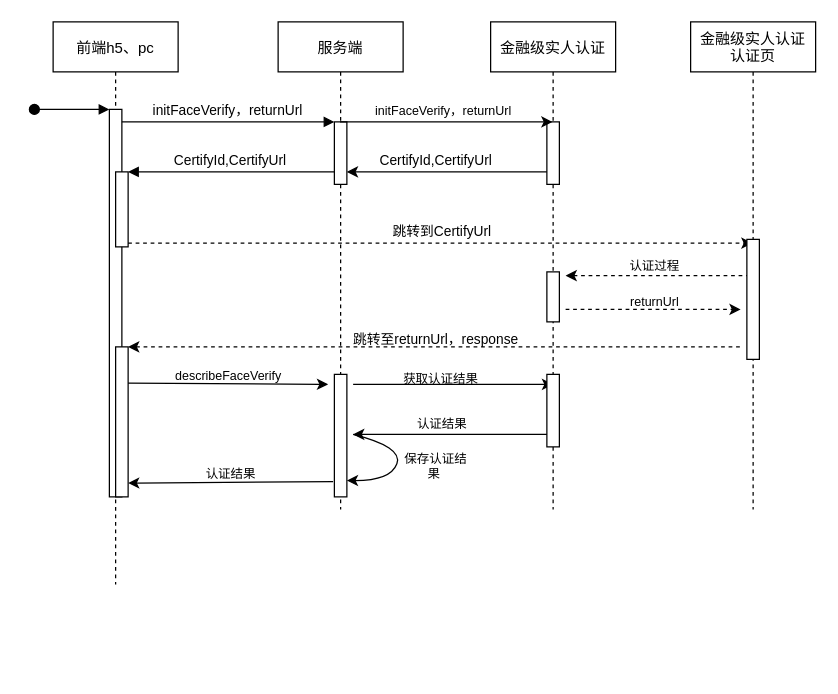
Above: 阿里金融级实名认证.drawio in jianzi0307/draw.io (draw.io), before the change. Source tidied: cells renumbered, new cells numbered last; positions are measured from the earlier drawing's top-left corner, leaving out a move shared by most shapes. Both pictures are drawn from the tidied source at 125%, with x=0, y=0 at pixel (34, 21).
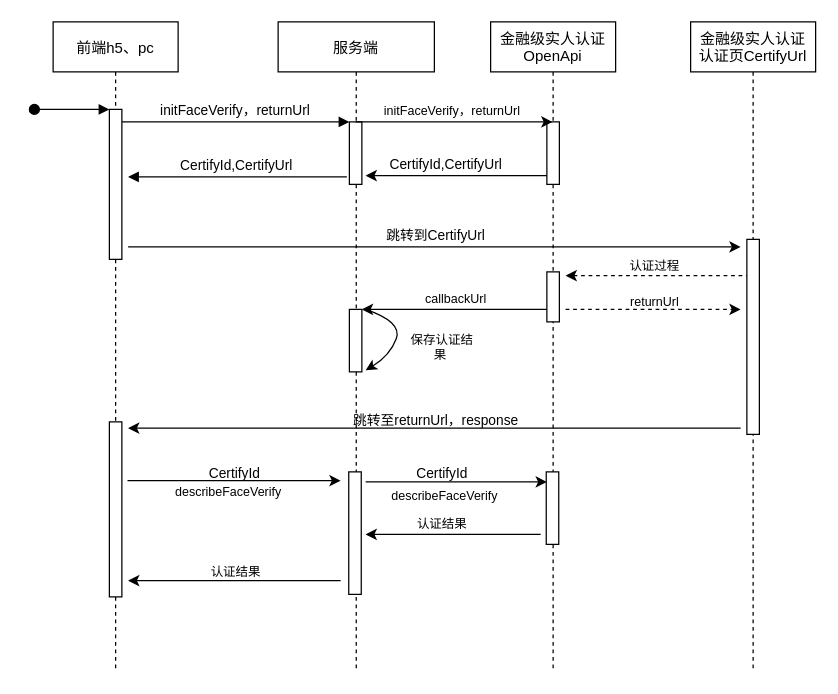
The same page after the edit.

Commit message:
更新阿里金融级实名认证.drawio

Diff of the diagram source:
```diff
@@
     <mxCell id="2" value="前端h5、pc" style="shape=umlLifeline;perimeter=lifelinePerimeter;rounded=0;shadow=0;strokeWidth=1;" parent="1" vertex="1">
-      <mxGeometry x="15" width="100" height="450" as="geometry" />
+      <mxGeometry x="15" width="100" height="520" as="geometry" />
     </mxCell>
-    <mxCell id="3" style="points=[];perimeter=orthogonalPerimeter;rounded=0;shadow=0;strokeWidth=1;" parent="2" vertex="1">
-      <mxGeometry x="45" y="70" width="10" height="310" as="geometry" />
-    </mxCell>
-    <mxCell id="4" style="verticalAlign=bottom;startArrow=oval;endArrow=block;startSize=8;shadow=0;strokeWidth=1;" parent="2" edge="1" target="3">
+    <mxCell id="4" style="verticalAlign=bottom;startArrow=oval;endArrow=block;startSize=8;shadow=0;strokeWidth=1;" parent="2" edge="1">
       <mxGeometry x="-0.17" y="10" relative="1" as="geometry">
         <mxPoint x="-15" y="70" as="sourcePoint" />
+        <mxPoint x="45" y="70" as="targetPoint" />
       </mxGeometry>
     </mxCell>
     <mxCell id="5" style="points=[];perimeter=orthogonalPerimeter;rounded=0;shadow=0;strokeWidth=1;" parent="2" vertex="1">
-      <mxGeometry x="50" y="120" width="10" height="60" as="geometry" />
+      <mxGeometry x="45" y="70" width="10" height="120" as="geometry" />
     </mxCell>
-    <mxCell id="6" style="endArrow=classic;html=1;rounded=0;fontColor=default;dashed=1;" parent="2" edge="1" target="30">
-      <mxGeometry relative="1" as="geometry">
-        <mxPoint x="60" y="177" as="sourcePoint" />
-      </mxGeometry>
-    </mxCell>
-    <mxCell id="7" value="跳转到CertifyUrl" style="edgeLabel;html=1;align=center;verticalAlign=middle;labelBackgroundColor=none;fontColor=default;" parent="6" vertex="1">
-      <mxGeometry relative="1" as="geometry">
-        <mxPoint y="-10" as="offset" />
-      </mxGeometry>
-    </mxCell>
     <mxCell id="8" style="perimeter=orthogonalPerimeter;rounded=0;shadow=0;strokeWidth=1;" parent="2" vertex="1">
-      <mxGeometry x="50" y="260" width="10" height="120" as="geometry" />
+      <mxGeometry x="45" y="320" width="10" height="140" as="geometry" />
     </mxCell>
     <mxCell id="9" style="endArrow=classic;html=1;rounded=0;fontFamily=Helvetica;fontSize=10;fontColor=default;" parent="2" edge="1">
       <mxGeometry relative="1" as="geometry">
-        <mxPoint x="60" y="289" as="sourcePoint" />
-        <mxPoint x="220" y="290" as="targetPoint" />
+        <mxPoint x="59.5" y="367" as="sourcePoint" />
+        <mxPoint x="230" y="367" as="targetPoint" />
       </mxGeometry>
     </mxCell>
-    <mxCell id="10" value="describeFaceVerify" style="edgeLabel;html=1;align=center;verticalAlign=middle;labelBackgroundColor=none;fontFamily=Helvetica;fontSize=10;fontColor=default;" parent="9" vertex="1">
+    <mxCell id="10" value="&lt;span style=&quot;font-size: 11px;&quot;&gt;CertifyId&lt;/span&gt;" style="edgeLabel;html=1;align=center;verticalAlign=middle;labelBackgroundColor=none;fontFamily=Helvetica;fontSize=10;fontColor=default;" parent="9" vertex="1">
       <mxGeometry relative="1" as="geometry">
         <mxPoint y="-7" as="offset" />
       </mxGeometry>
     </mxCell>
     <mxCell id="11" value="服务端" style="shape=umlLifeline;perimeter=lifelinePerimeter;rounded=0;shadow=0;strokeWidth=1;" parent="1" vertex="1">
-      <mxGeometry x="195" width="100" height="390" as="geometry" />
+      <mxGeometry x="195" width="125" height="520" as="geometry" />
     </mxCell>
     <mxCell id="12" style="points=[];perimeter=orthogonalPerimeter;rounded=0;shadow=0;strokeWidth=1;" parent="11" vertex="1">
-      <mxGeometry x="45" y="80" width="10" height="50" as="geometry" />
+      <mxGeometry x="57" y="80" width="10" height="50" as="geometry" />
     </mxCell>
     <mxCell id="13" style="points=[];perimeter=orthogonalPerimeter;rounded=0;shadow=0;strokeWidth=1;" parent="11" vertex="1">
-      <mxGeometry x="45" y="282" width="10" height="98" as="geometry" />
+      <mxGeometry x="56.5" y="360" width="10" height="98" as="geometry" />
     </mxCell>
-    <mxCell id="14" style="endArrow=classic;html=1;rounded=0;fontFamily=Helvetica;fontSize=10;fontColor=default;curved=1;entryX=0.5;entryY=0.138;entryDx=0;entryDy=0;entryPerimeter=0;" parent="11" edge="1" target="29">
+    <mxCell id="14" style="endArrow=classic;html=1;rounded=0;fontFamily=Helvetica;fontSize=10;fontColor=default;curved=1;entryX=0.05;entryY=0.138;entryDx=0;entryDy=0;entryPerimeter=0;" parent="11" edge="1" target="29">
       <mxGeometry relative="1" as="geometry">
-        <mxPoint x="60" y="290" as="sourcePoint" />
+        <mxPoint x="70" y="368" as="sourcePoint" />
       </mxGeometry>
     </mxCell>
-    <mxCell id="15" value="获取认证结果" style="edgeLabel;html=1;align=center;verticalAlign=middle;labelBackgroundColor=none;fontFamily=Helvetica;fontSize=10;fontColor=default;" parent="14" vertex="1">
-      <mxGeometry relative="1" as="geometry">
-        <mxPoint x="-10" y="-6" as="offset" />
-      </mxGeometry>
-    </mxCell>
-    <mxCell id="16" style="endArrow=none;html=1;rounded=0;fontFamily=Helvetica;fontSize=10;fontColor=default;curved=1;endFill=0;startArrow=classic;startFill=1;" parent="11" edge="1" target="21">
+    <mxCell id="16" style="endArrow=none;html=1;rounded=0;fontFamily=Helvetica;fontSize=10;fontColor=default;curved=1;endFill=0;startArrow=classic;startFill=1;" parent="11" edge="1">
       <mxGeometry relative="1" as="geometry">
-        <mxPoint x="60" y="330" as="sourcePoint" />
+        <mxPoint x="70" y="410" as="sourcePoint" />
+        <mxPoint x="210" y="410" as="targetPoint" />
       </mxGeometry>
     </mxCell>
@@
-    <mxCell id="18" style="curved=1;endArrow=none;html=1;rounded=0;fontFamily=Helvetica;fontSize=10;fontColor=default;exitX=1;exitY=0.867;exitDx=0;exitDy=0;exitPerimeter=0;endFill=0;startArrow=classic;startFill=1;" parent="11" edge="1" source="13">
-      <mxGeometry relative="1" as="geometry">
-        <mxPoint x="60" y="330" as="targetPoint" />
-        <Array as="points">
-          <mxPoint x="90" y="367" />
-          <mxPoint x="100" y="340" />
-        </Array>
-      </mxGeometry>
-    </mxCell>
+    <mxCell id="40" style="points=[];perimeter=orthogonalPerimeter;rounded=0;shadow=0;strokeWidth=1;" parent="11" vertex="1">
+      <mxGeometry x="57" y="230" width="10" height="50" as="geometry" />
+    </mxCell>
+    <mxCell id="41" style="curved=1;endArrow=none;html=1;rounded=0;fontFamily=Helvetica;fontSize=10;fontColor=default;exitX=1.3;exitY=0.975;exitDx=0;exitDy=0;exitPerimeter=0;endFill=0;startArrow=classic;startFill=1;" parent="11" edge="1" source="40">
+      <mxGeometry relative="1" as="geometry">
+        <mxPoint x="70" y="230" as="targetPoint" />
+        <Array as="points">
+          <mxPoint x="89.5" y="267" />
+          <mxPoint x="99.5" y="240" />
+        </Array>
+      </mxGeometry>
+    </mxCell>
+    <mxCell id="42" value="describeFaceVerify" style="edgeLabel;html=1;align=center;verticalAlign=middle;labelBackgroundColor=none;fontFamily=Helvetica;fontSize=10;fontColor=default;" parent="11" vertex="1">
+      <mxGeometry x="132" y="378" as="geometry" />
+    </mxCell>
-    <mxCell id="19" value="initFaceVerify，returnUrl" style="verticalAlign=bottom;endArrow=block;entryX=0;entryY=0;shadow=0;strokeWidth=1;" parent="1" edge="1" source="3" target="12">
-      <mxGeometry relative="1" as="geometry" />
+    <mxCell id="19" value="initFaceVerify，returnUrl" style="verticalAlign=bottom;endArrow=block;entryX=0;entryY=0;shadow=0;strokeWidth=1;" parent="1" edge="1" target="12">
+      <mxGeometry relative="1" as="geometry">
+        <mxPoint x="70" y="80" as="sourcePoint" />
+      </mxGeometry>
     </mxCell>
-    <mxCell id="20" value="CertifyId,CertifyUrl" style="verticalAlign=bottom;endArrow=block;entryX=1;entryY=0;shadow=0;strokeWidth=1;" parent="1" edge="1" source="12" target="5">
-      <mxGeometry relative="1" as="geometry" />
+    <mxCell id="20" value="CertifyId,CertifyUrl" style="verticalAlign=bottom;endArrow=block;shadow=0;strokeWidth=1;exitX=-0.2;exitY=0.88;exitDx=0;exitDy=0;exitPerimeter=0;" parent="1" edge="1" source="12">
+      <mxGeometry relative="1" as="geometry">
+        <mxPoint x="75" y="124" as="targetPoint" />
+      </mxGeometry>
     </mxCell>
-    <mxCell id="21" value="金融级实人认证" style="shape=umlLifeline;perimeter=lifelinePerimeter;rounded=0;shadow=0;strokeWidth=1;" parent="1" vertex="1">
-      <mxGeometry x="365" width="100" height="390" as="geometry" />
+    <mxCell id="21" value="金融级实人认证&#10;OpenApi" style="shape=umlLifeline;perimeter=lifelinePerimeter;rounded=0;shadow=0;strokeWidth=1;" parent="1" vertex="1">
+      <mxGeometry x="365" width="100" height="520" as="geometry" />
     </mxCell>
@@
-    <mxCell id="23" style="endArrow=none;html=1;rounded=0;fontColor=default;endFill=0;startArrow=classic;startFill=1;" parent="21" edge="1" source="12">
+    <mxCell id="23" style="endArrow=none;html=1;rounded=0;fontColor=default;endFill=0;startArrow=classic;startFill=1;" parent="21" edge="1">
       <mxGeometry relative="1" as="geometry">
-        <mxPoint x="45" y="120" as="targetPoint" />
+        <mxPoint x="-100" y="123" as="sourcePoint" />
+        <mxPoint x="45" y="123" as="targetPoint" />
       </mxGeometry>
     </mxCell>
@@
     <mxCell id="29" style="points=[];perimeter=orthogonalPerimeter;rounded=0;shadow=0;strokeWidth=1;" parent="21" vertex="1">
-      <mxGeometry x="45" y="282" width="10" height="58" as="geometry" />
+      <mxGeometry x="44.5" y="360" width="10" height="58" as="geometry" />
     </mxCell>
+    <mxCell id="43" style="endArrow=none;html=1;rounded=0;fontFamily=Helvetica;fontSize=10;fontColor=default;curved=1;endFill=0;startArrow=classic;startFill=1;" parent="21" edge="1" source="40">
+      <mxGeometry relative="1" as="geometry">
+        <mxPoint x="45" y="230" as="targetPoint" />
+      </mxGeometry>
+    </mxCell>
+    <mxCell id="44" value="callbackUrl" style="edgeLabel;html=1;align=center;verticalAlign=middle;labelBackgroundColor=none;fontFamily=Helvetica;fontSize=10;fontColor=default;" parent="43" vertex="1">
+      <mxGeometry relative="1" as="geometry">
+        <mxPoint y="-10" as="offset" />
+      </mxGeometry>
+    </mxCell>
-    <mxCell id="30" value="金融级实人认证&#10;认证页" style="shape=umlLifeline;perimeter=lifelinePerimeter;rounded=0;shadow=0;strokeWidth=1;" parent="1" vertex="1">
-      <mxGeometry x="525" width="100" height="390" as="geometry" />
+    <mxCell id="30" value="金融级实人认证&#10;认证页CertifyUrl" style="shape=umlLifeline;perimeter=lifelinePerimeter;rounded=0;shadow=0;strokeWidth=1;" parent="1" vertex="1">
+      <mxGeometry x="525" width="100" height="520" as="geometry" />
     </mxCell>
     <mxCell id="31" style="perimeter=orthogonalPerimeter;rounded=0;shadow=0;strokeWidth=1;" parent="30" vertex="1">
-      <mxGeometry x="45" y="174" width="10" height="96" as="geometry" />
+      <mxGeometry x="45" y="174" width="10" height="156" as="geometry" />
     </mxCell>
@@
-    <mxCell id="34" style="endArrow=none;html=1;rounded=0;dashed=1;fontColor=default;endFill=0;startArrow=classic;startFill=1;" parent="1" edge="1">
+    <mxCell id="34" style="endArrow=none;html=1;rounded=0;fontColor=default;endFill=0;startArrow=classic;startFill=1;" parent="1" edge="1">
       <mxGeometry relative="1" as="geometry">
-        <mxPoint x="75" y="260" as="sourcePoint" />
-        <mxPoint x="565" y="260" as="targetPoint" />
+        <mxPoint x="75" y="325" as="sourcePoint" />
+        <mxPoint x="565" y="325" as="targetPoint" />
       </mxGeometry>
     </mxCell>
@@
-    <mxCell id="37" style="endArrow=none;html=1;rounded=0;fontFamily=Helvetica;fontSize=10;fontColor=default;exitX=1;exitY=0.883;exitDx=0;exitDy=0;exitPerimeter=0;entryX=-0.1;entryY=0.845;entryDx=0;entryDy=0;entryPerimeter=0;endFill=0;startArrow=classic;startFill=1;" parent="1" edge="1">
+    <mxCell id="37" style="endArrow=none;html=1;rounded=0;fontFamily=Helvetica;fontSize=10;fontColor=default;endFill=0;startArrow=classic;startFill=1;" parent="1" edge="1">
       <mxGeometry relative="1" as="geometry">
-        <mxPoint x="75" y="369" as="sourcePoint" />
-        <mxPoint x="239" y="367.8" as="targetPoint" />
+        <mxPoint x="75" y="447" as="sourcePoint" />
+        <mxPoint x="245" y="447" as="targetPoint" />
       </mxGeometry>
     </mxCell>
@@
     <mxCell id="39" value="&lt;font style=&quot;font-size: 10px;&quot;&gt;&amp;nbsp;保存认证结果&lt;/font&gt;" style="text;html=1;strokeColor=none;fillColor=none;align=center;verticalAlign=middle;whiteSpace=wrap;rounded=0;labelBackgroundColor=none;fontFamily=Helvetica;fontSize=5;fontColor=default;" parent="1" vertex="1">
-      <mxGeometry x="290" y="340" width="60" height="30" as="geometry" />
+      <mxGeometry x="295" y="245" width="60" height="30" as="geometry" />
     </mxCell>
+    <mxCell id="45" value="describeFaceVerify" style="edgeLabel;html=1;align=center;verticalAlign=middle;labelBackgroundColor=none;fontFamily=Helvetica;fontSize=10;fontColor=default;" parent="1" vertex="1">
+      <mxGeometry x="154.5" y="375.5" as="geometry" />
+    </mxCell>
+    <mxCell id="46" value="&lt;span style=&quot;font-size: 11px;&quot;&gt;CertifyId&lt;/span&gt;" style="edgeLabel;html=1;align=center;verticalAlign=middle;labelBackgroundColor=none;fontFamily=Helvetica;fontSize=10;fontColor=default;" parent="1" vertex="1">
+      <mxGeometry x="325" y="360" as="geometry" />
+    </mxCell>
+    <mxCell id="6" style="endArrow=classic;html=1;rounded=0;fontColor=default;" parent="1" edge="1">
+      <mxGeometry relative="1" as="geometry">
+        <mxPoint x="75" y="180" as="sourcePoint" />
+        <mxPoint x="565" y="180" as="targetPoint" />
+      </mxGeometry>
+    </mxCell>
+    <mxCell id="7" value="跳转到CertifyUrl" style="edgeLabel;html=1;align=center;verticalAlign=middle;labelBackgroundColor=none;fontColor=default;" parent="6" vertex="1">
+      <mxGeometry relative="1" as="geometry">
+        <mxPoint y="-10" as="offset" />
+      </mxGeometry>
+    </mxCell>
```
